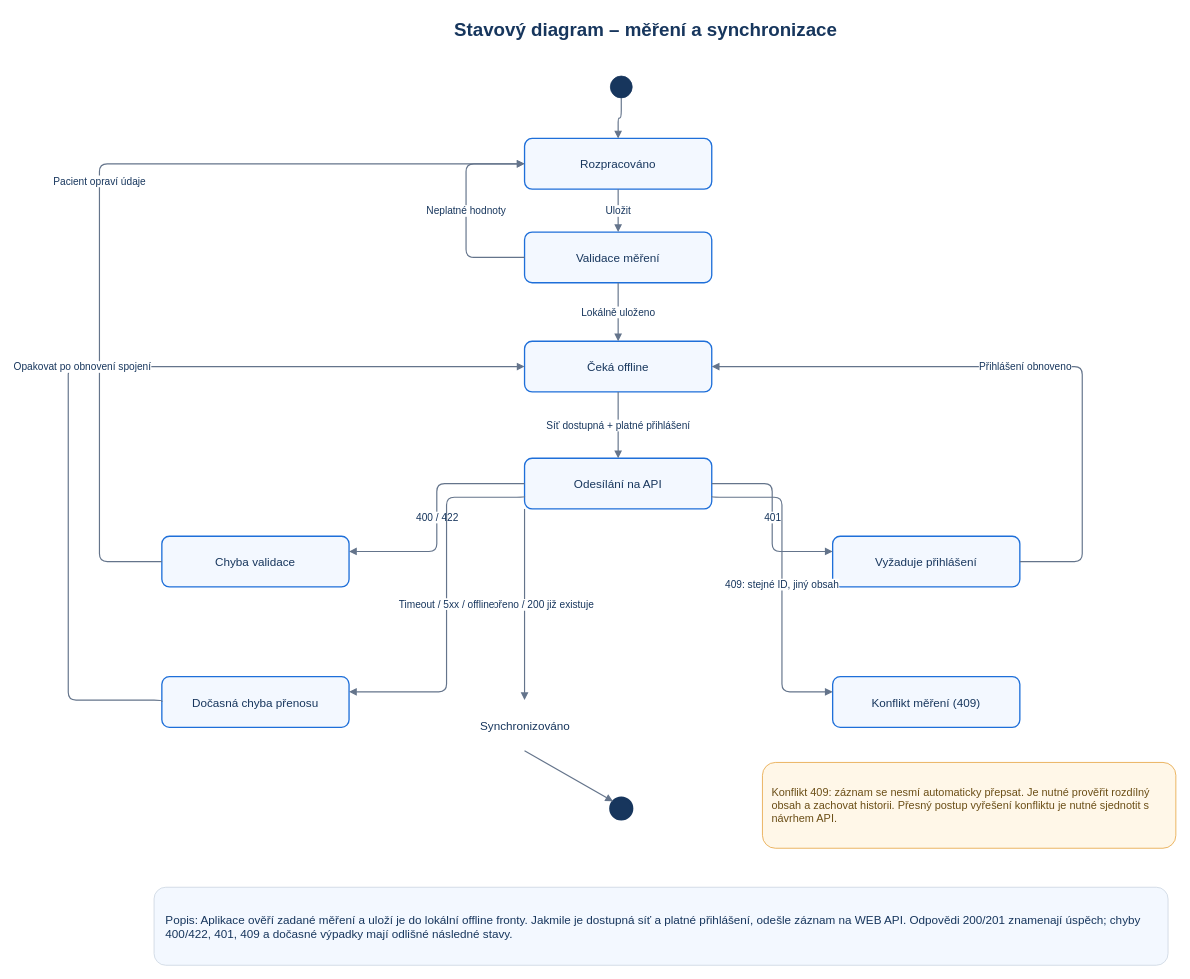
Before: Maky/diagramy/03-stav-mereni-sync-opraveny.drawio in stastmar/SI_projekt, a draw.io diagram. Source tidied: cells renumbered, new cells numbered last; positions are measured from the earlier drawing's top-left corner, leaving out a move shared by most shapes. Both pictures are drawn from the tidied source at 78%, with x=0, y=0 at pixel (68, 13).
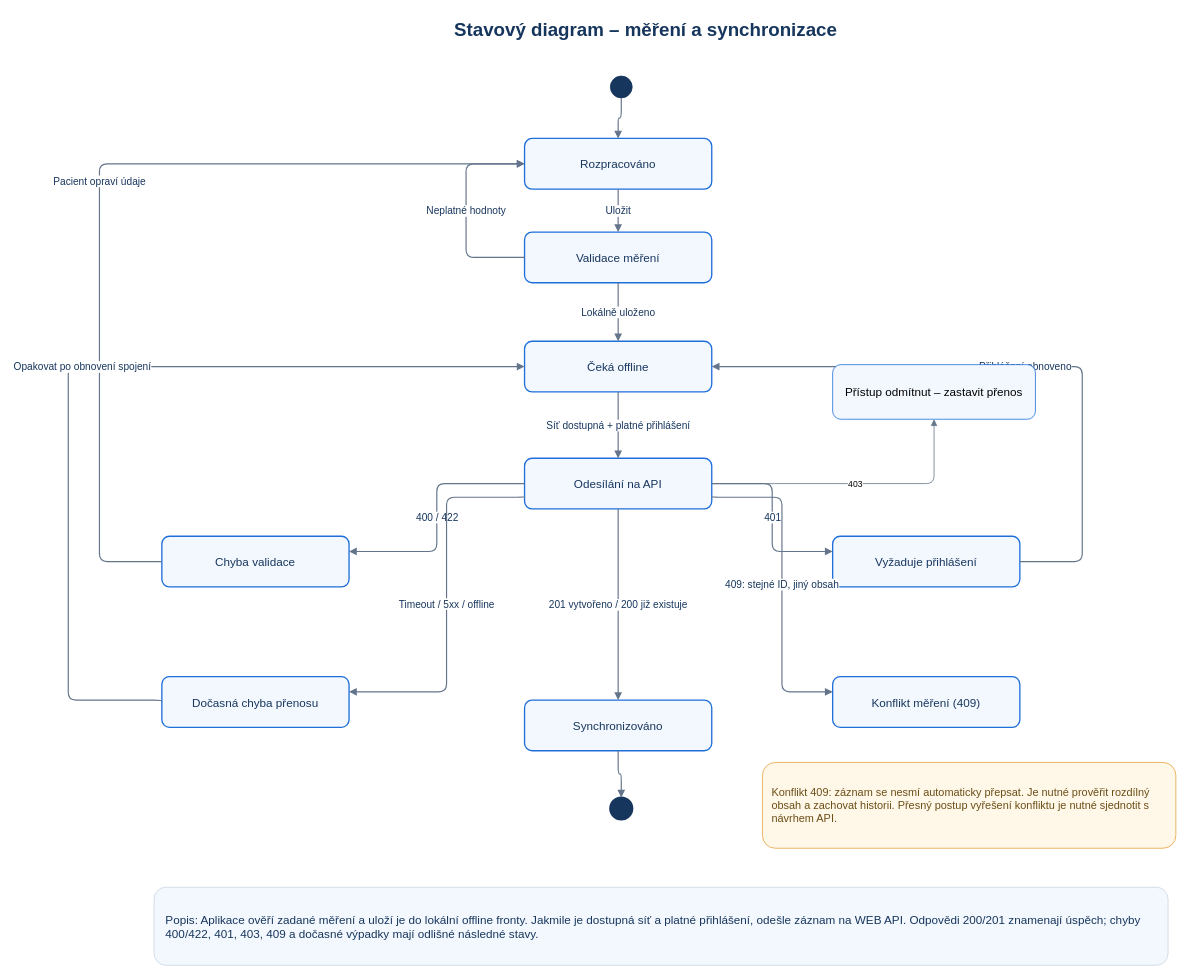
The same page after the edit.

Unchanged cells that the change refers to:
```xml
<mxCell id="7" value="Odesílání na API" style="rounded=1;whiteSpace=wrap;html=1;fillColor=#F3F8FF;strokeColor=#1E6FD9;strokeWidth=1.7;fontColor=#17365D;fontSize=15;align=center;verticalAlign=middle;" parent="1" vertex="1">
  <mxGeometry x="585" y="570" width="240" height="65" as="geometry" />
</mxCell>
```

Change to the diagram source:
```diff
@@
     <mxCell id="8" value="Synchronizováno" style="rounded=1;whiteSpace=wrap;html=1;fillColor=#F3F8FF;strokeColor=#1E6FD9;strokeWidth=1.7;fontColor=#17365D;fontSize=15;align=center;verticalAlign=middle;" parent="1" vertex="1">
-      <mxGeometry x="585" y="880" height="65" as="geometry" />
+      <mxGeometry x="585" y="880" width="240" height="65" as="geometry" />
     </mxCell>
@@
-    <mxCell id="29" value="Popis: Aplikace ověří zadané měření a uloží je do lokální offline fronty. Jakmile je dostupná síť a platné přihlášení, odešle záznam na WEB API. Odpovědi 200/201 znamenají úspěch; chyby 400/422, 401, 409 a dočasné výpadky mají odlišné následné stavy." style="rounded=1;whiteSpace=wrap;html=1;fillColor=#F3F8FF;strokeColor=#CBD5E1;fontColor=#17365D;fontSize=15;align=left;spacing=15;" parent="1" vertex="1">
+    <mxCell id="29" value="Popis: Aplikace ověří zadané měření a uloží je do lokální offline fronty. Jakmile je dostupná síť a platné přihlášení, odešle záznam na WEB API. Odpovědi 200/201 znamenají úspěch; chyby 400/422, 401, 403, 409 a dočasné výpadky mají odlišné následné stavy." style="rounded=1;whiteSpace=wrap;html=1;fillColor=#F3F8FF;strokeColor=#CBD5E1;fontColor=#17365D;fontSize=15;align=left;spacing=15;" parent="1" vertex="1">
       <mxGeometry x="110" y="1120" width="1300" height="100" as="geometry" />
     </mxCell>
+    <mxCell id="30" value="Přístup odmítnut – zastavit přenos" style="rounded=1;whiteSpace=wrap;html=1;fillColor=#F3F8FF;strokeColor=#1E6FD9;fontSize=15;" parent="1" vertex="1">
+      <mxGeometry x="980" y="450" width="260" height="70" as="geometry" />
+    </mxCell>
+    <mxCell id="31" value="403" style="edgeStyle=orthogonalEdgeStyle;html=1;endArrow=block;dashed=0;strokeColor=#64748B;" parent="1" edge="1" source="7" target="30">
+      <mxGeometry relative="1" as="geometry" />
+    </mxCell>
```
